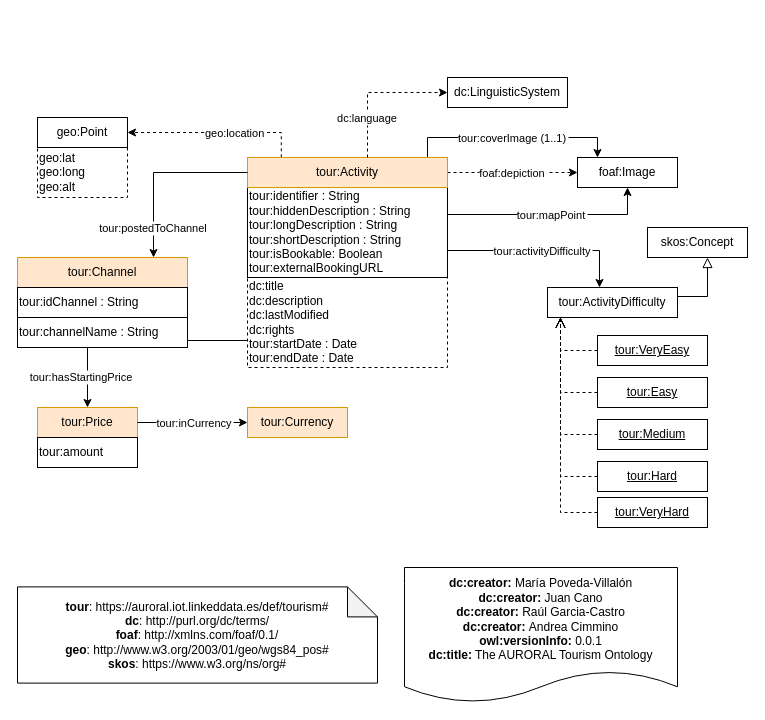
Earlier version of the draw.io diagram diagrams/tourism.drawio (oeg-upm/auroral-tourism-ontology). Source tidied: cells renumbered, new cells numbered last; positions are measured from the earlier drawing's top-left corner, leaving out a move shared by most shapes. Both pictures are drawn from the tidied source at 100%, with x=0, y=0 at pixel (17, 77).
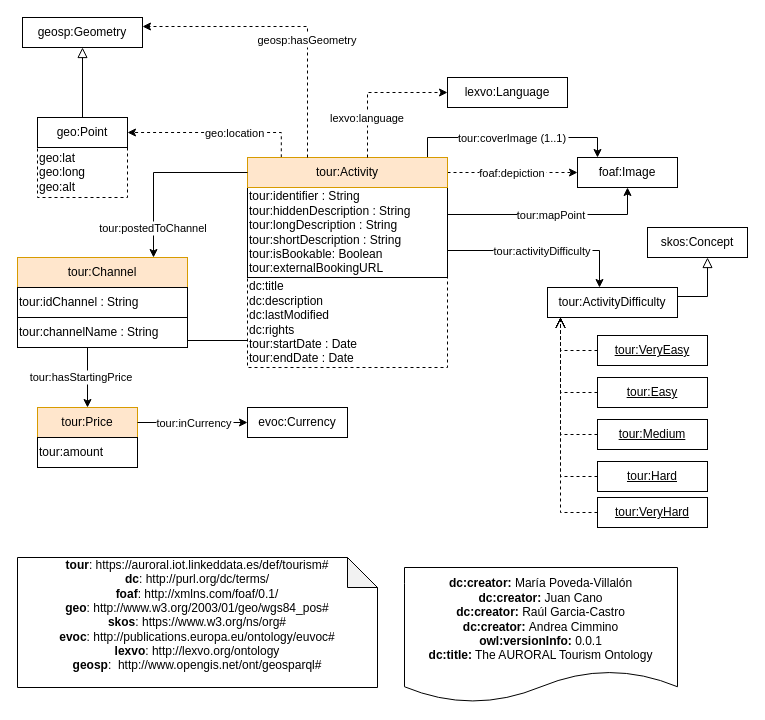
The same page after the edit.

Unchanged cells that the change refers to:
```xml
<mxCell id="15" value="tour:Activity" style="rounded=0;whiteSpace=wrap;html=1;snapToPoint=1;points=[[0.1,0],[0.2,0],[0.3,0],[0.4,0],[0.5,0],[0.6,0],[0.7,0],[0.8,0],[0.9,0],[0,0.1],[0,0.3],[0,0.5],[0,0.7],[0,0.9],[0.1,1],[0.2,1],[0.3,1],[0.4,1],[0.5,1],[0.6,1],[0.7,1],[0.8,1],[0.9,1],[1,0.1],[1,0.3],[1,0.5],[1,0.7],[1,0.9]];fillColor=#ffe6cc;strokeColor=#d79b00;shadow=0;" parent="1" vertex="1">
  <mxGeometry x="230" y="80" width="200" height="30" as="geometry" />
</mxCell>
<mxCell id="16" value="geo:Point" style="rounded=0;whiteSpace=wrap;html=1;snapToPoint=1;points=[[0.1,0],[0.2,0],[0.3,0],[0.4,0],[0.5,0],[0.6,0],[0.7,0],[0.8,0],[0.9,0],[0,0.1],[0,0.3],[0,0.5],[0,0.7],[0,0.9],[0.1,1],[0.2,1],[0.3,1],[0.4,1],[0.5,1],[0.6,1],[0.7,1],[0.8,1],[0.9,1],[1,0.1],[1,0.3],[1,0.5],[1,0.7],[1,0.9]];" parent="1" vertex="1">
  <mxGeometry x="20" y="40" width="90" height="30" as="geometry" />
</mxCell>
```

The edit, as a diff of the source:
```diff
@@
-    <mxCell id="3" value="&lt;div&gt;&lt;b&gt;tour&lt;/b&gt;&lt;span&gt;:&amp;nbsp;https://auroral.iot.linkeddata.es/def/tourism#&lt;/span&gt;&lt;br&gt;&lt;/div&gt;&lt;div&gt;&lt;b&gt;dc&lt;/b&gt;: http://purl.org/dc/terms/&lt;br style=&quot;padding: 0px ; margin: 0px&quot;&gt;&lt;b&gt;foaf&lt;/b&gt;:&amp;nbsp;http://xmlns.com/foaf/0.1/&lt;br style=&quot;padding: 0px ; margin: 0px&quot;&gt;&lt;b&gt;geo&lt;/b&gt;: http://www.w3.org/2003/01/geo/wgs84_pos#&lt;br style=&quot;padding: 0px ; margin: 0px&quot;&gt;&lt;b&gt;skos&lt;/b&gt;:&amp;nbsp;https://www.w3.org/ns/org#&lt;br&gt;&lt;/div&gt;" style="shape=note;whiteSpace=wrap;html=1;backgroundOutline=1;darkOpacity=0.05;" parent="1" vertex="1">
-      <mxGeometry y="509.4" width="360" height="96.2" as="geometry" />
+    <mxCell id="3" value="&lt;div&gt;&lt;b&gt;tour&lt;/b&gt;&lt;span&gt;:&amp;nbsp;https://auroral.iot.linkeddata.es/def/tourism#&lt;/span&gt;&lt;br&gt;&lt;/div&gt;&lt;div&gt;&lt;b&gt;dc&lt;/b&gt;: http://purl.org/dc/terms/&lt;br style=&quot;padding: 0px ; margin: 0px&quot;&gt;&lt;b&gt;foaf&lt;/b&gt;:&amp;nbsp;http://xmlns.com/foaf/0.1/&lt;br style=&quot;padding: 0px ; margin: 0px&quot;&gt;&lt;b&gt;geo&lt;/b&gt;: http://www.w3.org/2003/01/geo/wgs84_pos#&lt;br style=&quot;padding: 0px ; margin: 0px&quot;&gt;&lt;b&gt;skos&lt;/b&gt;:&amp;nbsp;https://www.w3.org/ns/org#&lt;/div&gt;&lt;div&gt;&lt;b&gt;evoc&lt;/b&gt;: http://publications.europa.eu/ontology/euvoc#&lt;br&gt;&lt;/div&gt;&lt;b&gt;lexvo&lt;/b&gt;:&amp;nbsp;http://lexvo.org/ontology&lt;br&gt;&lt;b&gt;geosp&lt;/b&gt;:&amp;nbsp; http://www.opengis.net/ont/geosparql#&lt;br&gt;&lt;div&gt;&amp;nbsp;&lt;/div&gt;" style="shape=note;whiteSpace=wrap;html=1;backgroundOutline=1;darkOpacity=0.05;" parent="1" vertex="1">
+      <mxGeometry y="480" width="360" height="130" as="geometry" />
     </mxCell>
@@
-    <mxCell id="6" value="dc:LinguisticSystem" style="rounded=0;whiteSpace=wrap;html=1;snapToPoint=1;points=[[0.1,0],[0.2,0],[0.3,0],[0.4,0],[0.5,0],[0.6,0],[0.7,0],[0.8,0],[0.9,0],[0,0.1],[0,0.3],[0,0.5],[0,0.7],[0,0.9],[0.1,1],[0.2,1],[0.3,1],[0.4,1],[0.5,1],[0.6,1],[0.7,1],[0.8,1],[0.9,1],[1,0.1],[1,0.3],[1,0.5],[1,0.7],[1,0.9]];" parent="1" vertex="1">
+    <mxCell id="6" value="lexvo:Language" style="rounded=0;whiteSpace=wrap;html=1;snapToPoint=1;points=[[0.1,0],[0.2,0],[0.3,0],[0.4,0],[0.5,0],[0.6,0],[0.7,0],[0.8,0],[0.9,0],[0,0.1],[0,0.3],[0,0.5],[0,0.7],[0,0.9],[0.1,1],[0.2,1],[0.3,1],[0.4,1],[0.5,1],[0.6,1],[0.7,1],[0.8,1],[0.9,1],[1,0.1],[1,0.3],[1,0.5],[1,0.7],[1,0.9]];" parent="1" vertex="1">
       <mxGeometry x="430" width="120" height="30" as="geometry" />
     </mxCell>
@@
-    <mxCell id="20" value="dc:language" style="edgeStyle=orthogonalEdgeStyle;rounded=0;jettySize=auto;endArrow=classic;endFill=1;entryX=0;entryY=0.5;entryDx=0;entryDy=0;dashed=1;exitX=0.6;exitY=0;exitDx=0;exitDy=0;" parent="1" edge="1" source="15" target="6">
+    <mxCell id="20" value="lexvo:language" style="edgeStyle=orthogonalEdgeStyle;rounded=0;jettySize=auto;endArrow=classic;endFill=1;entryX=0;entryY=0.5;entryDx=0;entryDy=0;dashed=1;exitX=0.6;exitY=0;exitDx=0;exitDy=0;" parent="1" edge="1" source="15" target="6">
       <mxGeometry x="-0.45" relative="1" as="geometry" />
     </mxCell>
@@
-    <mxCell id="25" value="tour:Currency" style="rounded=0;whiteSpace=wrap;html=1;snapToPoint=1;points=[[0.1,0],[0.2,0],[0.3,0],[0.4,0],[0.5,0],[0.6,0],[0.7,0],[0.8,0],[0.9,0],[0,0.1],[0,0.3],[0,0.5],[0,0.7],[0,0.9],[0.1,1],[0.2,1],[0.3,1],[0.4,1],[0.5,1],[0.6,1],[0.7,1],[0.8,1],[0.9,1],[1,0.1],[1,0.3],[1,0.5],[1,0.7],[1,0.9]];fillColor=#ffe6cc;strokeColor=#d79b00;shadow=0;" parent="1" vertex="1">
+    <mxCell id="25" value="evoc:Currency" style="rounded=0;whiteSpace=wrap;html=1;snapToPoint=1;points=[[0.1,0],[0.2,0],[0.3,0],[0.4,0],[0.5,0],[0.6,0],[0.7,0],[0.8,0],[0.9,0],[0,0.1],[0,0.3],[0,0.5],[0,0.7],[0,0.9],[0.1,1],[0.2,1],[0.3,1],[0.4,1],[0.5,1],[0.6,1],[0.7,1],[0.8,1],[0.9,1],[1,0.1],[1,0.3],[1,0.5],[1,0.7],[1,0.9]];shadow=0;" parent="1" vertex="1">
       <mxGeometry x="230" y="330" width="100" height="30" as="geometry" />
     </mxCell>
@@
+    <mxCell id="39" value="geosp:Geometry" style="rounded=0;whiteSpace=wrap;html=1;snapToPoint=1;points=[[0.1,0],[0.2,0],[0.3,0],[0.4,0],[0.5,0],[0.6,0],[0.7,0],[0.8,0],[0.9,0],[0,0.1],[0,0.3],[0,0.5],[0,0.7],[0,0.9],[0.1,1],[0.2,1],[0.3,1],[0.4,1],[0.5,1],[0.6,1],[0.7,1],[0.8,1],[0.9,1],[1,0.1],[1,0.3],[1,0.5],[1,0.7],[1,0.9]];" parent="1" vertex="1">
+      <mxGeometry x="5" y="-60" width="120" height="30" as="geometry" />
+    </mxCell>
+    <mxCell id="40" style="endArrow=block;html=1;fontColor=#000099;exitX=0.5;exitY=0;exitDx=0;exitDy=0;endFill=0;endSize=8;arcSize=0;edgeStyle=orthogonalEdgeStyle;" parent="1" edge="1" source="16" target="39">
+      <mxGeometry relative="1" as="geometry" />
+    </mxCell>
+    <mxCell id="41" value="geosp:hasGeometry" style="edgeStyle=orthogonalEdgeStyle;rounded=0;jettySize=auto;endArrow=classic;endFill=1;entryX=1;entryY=0.3;entryDx=0;entryDy=0;dashed=1;exitX=0.3;exitY=0;exitDx=0;exitDy=0;" parent="1" edge="1" source="15" target="39">
+      <mxGeometry x="-0.2" relative="1" as="geometry" />
+    </mxCell>
```
